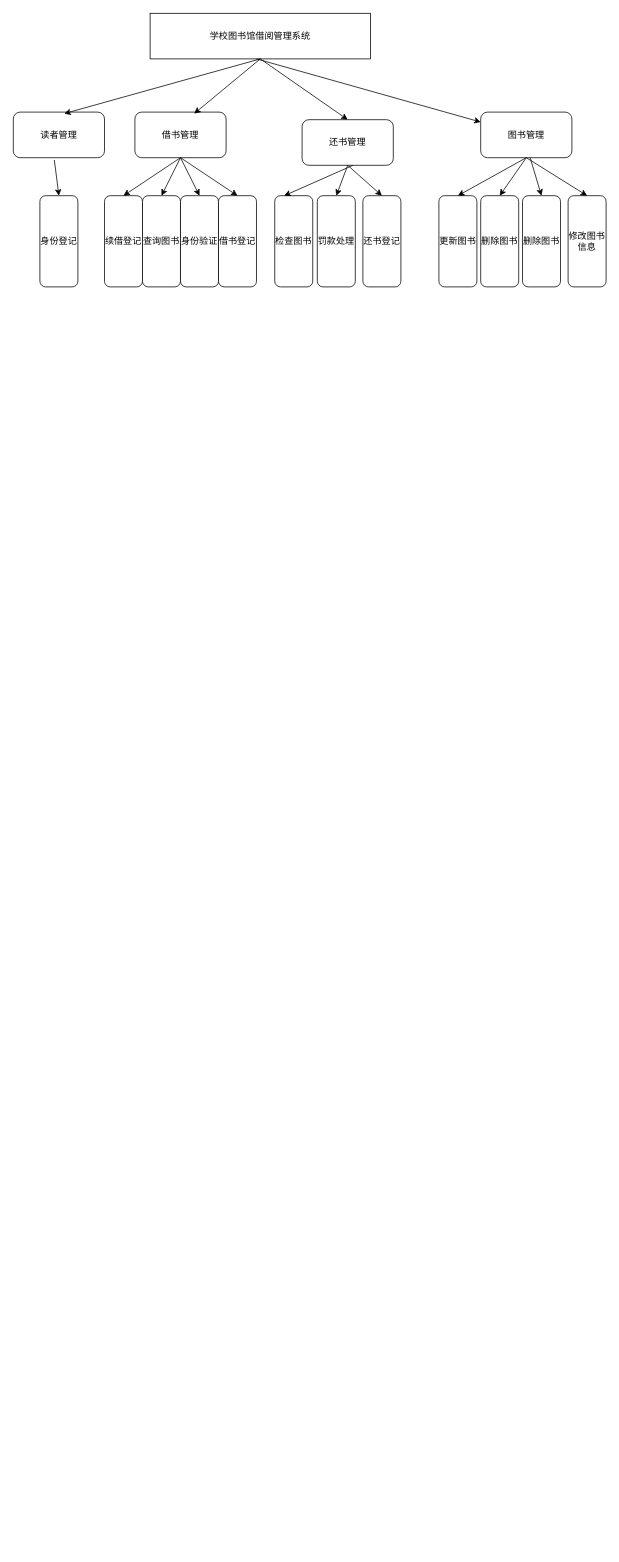
Earlier version of the draw.io diagram Untitled Diagram.drawio (yoyoOO123/yoyo2tong.xyz). Source tidied: cells renumbered, new cells numbered last; positions are measured from the earlier drawing's top-left corner, leaving out a move shared by most shapes. Both pictures are drawn from the tidied source at 76%, with x=0, y=0 at pixel (13, 13).
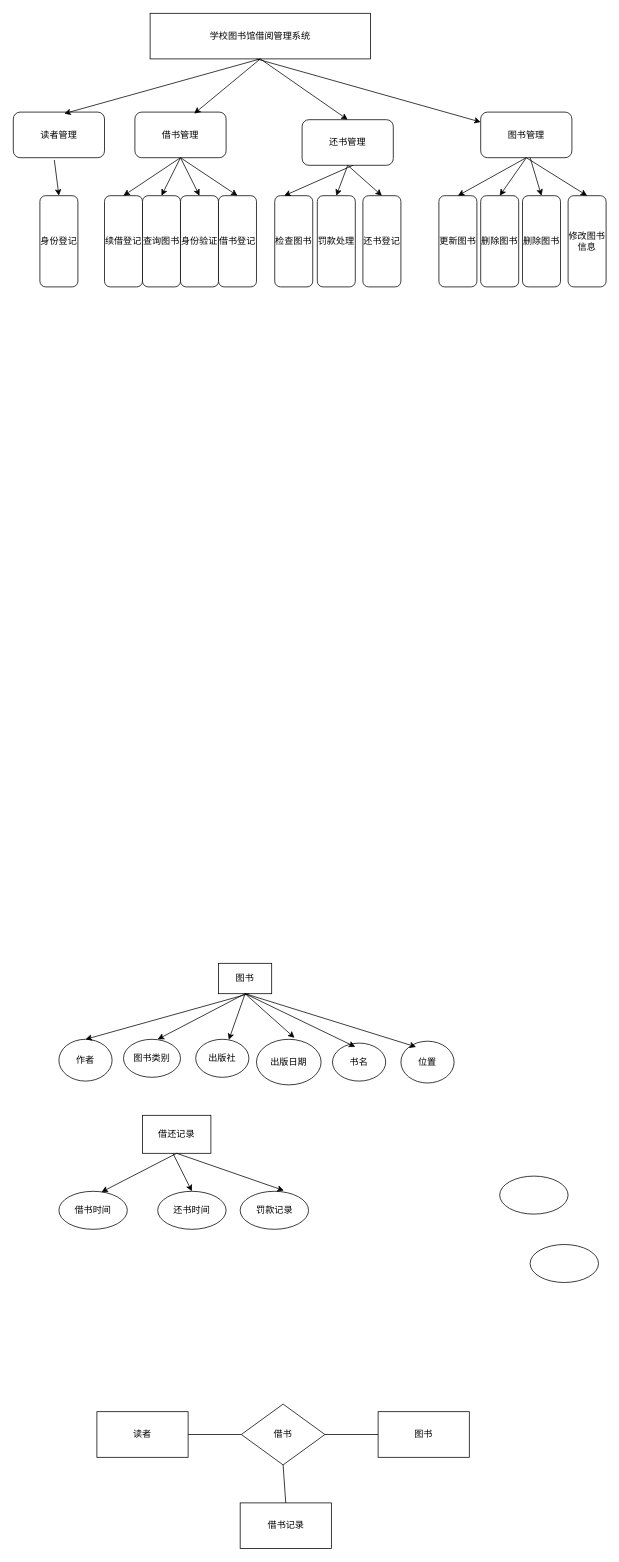
The same diagram, later.

Change to the diagram source:
```diff
@@
+    <mxCell id="35" value="图书" style="rounded=0;whiteSpace=wrap;html=1;" parent="1" vertex="1">
+      <mxGeometry x="270" y="1250" width="70" height="40" as="geometry" />
+    </mxCell>
+    <mxCell id="36" value="图书类别" style="ellipse;whiteSpace=wrap;html=1;" parent="1" vertex="1">
+      <mxGeometry x="145" y="1350" width="75" height="50" as="geometry" />
+    </mxCell>
+    <mxCell id="37" value="出版社" style="ellipse;whiteSpace=wrap;html=1;" parent="1" vertex="1">
+      <mxGeometry x="240" y="1350" width="70" height="50" as="geometry" />
+    </mxCell>
+    <mxCell id="38" value="出版日期" style="ellipse;whiteSpace=wrap;html=1;" parent="1" vertex="1">
+      <mxGeometry x="320" y="1350" width="85" height="60" as="geometry" />
+    </mxCell>
+    <mxCell id="39" style="endArrow=classic;html=1;exitX=0.5;exitY=1;exitDx=0;exitDy=0;entryX=0.588;entryY=-0.033;entryDx=0;entryDy=0;entryPerimeter=0;" parent="1" edge="1" source="35" target="38">
+      <mxGeometry relative="1" as="geometry" />
+    </mxCell>
+    <mxCell id="40" style="endArrow=classic;html=1;exitX=0.5;exitY=1;exitDx=0;exitDy=0;" parent="1" edge="1" source="35" target="37">
+      <mxGeometry relative="1" as="geometry" />
+    </mxCell>
+    <mxCell id="41" style="endArrow=classic;html=1;exitX=0.5;exitY=1;exitDx=0;exitDy=0;" parent="1" edge="1" source="35">
+      <mxGeometry relative="1" as="geometry">
+        <mxPoint x="190" y="1350" as="targetPoint" />
+      </mxGeometry>
+    </mxCell>
+    <mxCell id="42" value="位置" style="ellipse;whiteSpace=wrap;html=1;" parent="1" vertex="1">
+      <mxGeometry x="510" y="1352.5" width="70" height="55" as="geometry" />
+    </mxCell>
+    <mxCell id="43" value="作者" style="ellipse;whiteSpace=wrap;html=1;" parent="1" vertex="1">
+      <mxGeometry x="60" y="1350" width="70" height="55" as="geometry" />
+    </mxCell>
+    <mxCell id="44" value="书名" style="ellipse;whiteSpace=wrap;html=1;" parent="1" vertex="1">
+      <mxGeometry x="420" y="1355" width="70" height="50" as="geometry" />
+    </mxCell>
+    <mxCell id="45" style="endArrow=classic;html=1;exitX=0.5;exitY=1;exitDx=0;exitDy=0;" parent="1" edge="1" source="35">
+      <mxGeometry relative="1" as="geometry">
+        <mxPoint x="450" y="1360" as="targetPoint" />
+      </mxGeometry>
+    </mxCell>
+    <mxCell id="46" style="endArrow=classic;html=1;entryX=0.5;entryY=0;entryDx=0;entryDy=0;" parent="1" edge="1" target="43">
+      <mxGeometry relative="1" as="geometry">
+        <mxPoint x="310" y="1290" as="sourcePoint" />
+      </mxGeometry>
+    </mxCell>
+    <mxCell id="47" style="endArrow=classic;html=1;exitX=0.5;exitY=1;exitDx=0;exitDy=0;" parent="1" edge="1" source="35">
+      <mxGeometry relative="1" as="geometry">
+        <mxPoint x="530" y="1360" as="targetPoint" />
+      </mxGeometry>
+    </mxCell>
+    <mxCell id="48" value="借还记录" style="rounded=0;whiteSpace=wrap;html=1;" parent="1" vertex="1">
+      <mxGeometry x="170" y="1450" width="90" height="50" as="geometry" />
+    </mxCell>
+    <mxCell id="49" value="借书时间" style="ellipse;whiteSpace=wrap;html=1;" parent="1" vertex="1">
+      <mxGeometry x="60" y="1550" width="90" height="50" as="geometry" />
+    </mxCell>
+    <mxCell id="50" value="还书时间" style="ellipse;whiteSpace=wrap;html=1;" parent="1" vertex="1">
+      <mxGeometry x="190" y="1550" width="90" height="50" as="geometry" />
+    </mxCell>
+    <mxCell id="51" style="ellipse;whiteSpace=wrap;html=1;" parent="1" vertex="1">
+      <mxGeometry x="640" y="1530" width="90" height="50" as="geometry" />
+    </mxCell>
+    <mxCell id="52" value="罚款记录" style="ellipse;whiteSpace=wrap;html=1;" parent="1" vertex="1">
+      <mxGeometry x="298.5" y="1550" width="90" height="50" as="geometry" />
+    </mxCell>
+    <mxCell id="53" style="ellipse;whiteSpace=wrap;html=1;" parent="1" vertex="1">
+      <mxGeometry x="680" y="1620" width="90" height="50" as="geometry" />
+    </mxCell>
+    <mxCell id="54" style="endArrow=classic;html=1;exitX=0.5;exitY=1;exitDx=0;exitDy=0;entryX=0.622;entryY=0.02;entryDx=0;entryDy=0;entryPerimeter=0;" parent="1" edge="1" source="48" target="49">
+      <mxGeometry relative="1" as="geometry" />
+    </mxCell>
+    <mxCell id="55" style="endArrow=classic;html=1;entryX=0.5;entryY=0;entryDx=0;entryDy=0;" parent="1" edge="1" target="50">
+      <mxGeometry relative="1" as="geometry">
+        <mxPoint x="210" y="1500" as="sourcePoint" />
+      </mxGeometry>
+    </mxCell>
+    <mxCell id="56" style="endArrow=classic;html=1;exitX=0.5;exitY=1;exitDx=0;exitDy=0;entryX=0.639;entryY=-0.02;entryDx=0;entryDy=0;entryPerimeter=0;" parent="1" edge="1" source="48" target="52">
+      <mxGeometry relative="1" as="geometry" />
+    </mxCell>
+    <mxCell id="57" value="读者" style="rounded=0;whiteSpace=wrap;html=1;" parent="1" vertex="1">
+      <mxGeometry x="110" y="1840" width="120" height="60" as="geometry" />
+    </mxCell>
+    <mxCell id="58" value="借书" style="rhombus;whiteSpace=wrap;html=1;" parent="1" vertex="1">
+      <mxGeometry x="300" y="1830" width="110" height="80" as="geometry" />
+    </mxCell>
+    <mxCell id="59" value="图书" style="rounded=0;whiteSpace=wrap;html=1;" parent="1" vertex="1">
+      <mxGeometry x="480" y="1840" width="120" height="60" as="geometry" />
+    </mxCell>
+    <mxCell id="60" value="借书记录" style="rounded=0;whiteSpace=wrap;html=1;" parent="1" vertex="1">
+      <mxGeometry x="298.5" y="1960" width="120" height="60" as="geometry" />
+    </mxCell>
+    <mxCell id="61" style="endArrow=none;html=1;exitX=1;exitY=0.5;exitDx=0;exitDy=0;" parent="1" edge="1" source="57">
+      <mxGeometry relative="1" as="geometry">
+        <mxPoint x="300" y="1870" as="targetPoint" />
+      </mxGeometry>
+    </mxCell>
+    <mxCell id="62" style="endArrow=none;html=1;exitX=1;exitY=0.5;exitDx=0;exitDy=0;entryX=0;entryY=0.5;entryDx=0;entryDy=0;" parent="1" edge="1" source="58" target="59">
+      <mxGeometry relative="1" as="geometry" />
+    </mxCell>
+    <mxCell id="63" style="endArrow=none;html=1;exitX=0.5;exitY=1;exitDx=0;exitDy=0;entryX=0.5;entryY=0;entryDx=0;entryDy=0;" parent="1" edge="1" source="58" target="60">
+      <mxGeometry relative="1" as="geometry" />
+    </mxCell>
```
